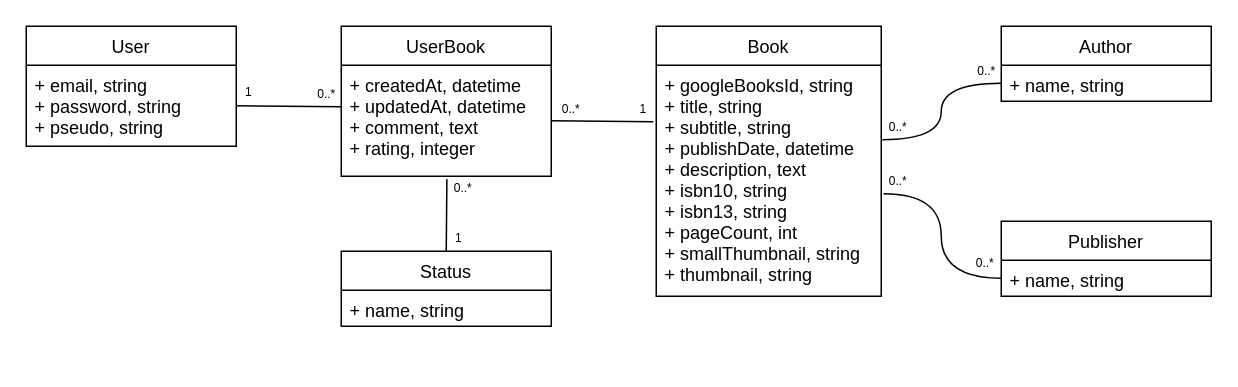
Before: .docs/UML/diagramme_de_classe.drawio in Thomas-Bezille/Biblio, a draw.io diagram. Source tidied: cells renumbered, new cells numbered last; positions are measured from the earlier drawing's top-left corner, leaving out a move shared by most shapes. Both pictures are drawn from the tidied source at 150%, with x=0, y=0 at pixel (26, 26).
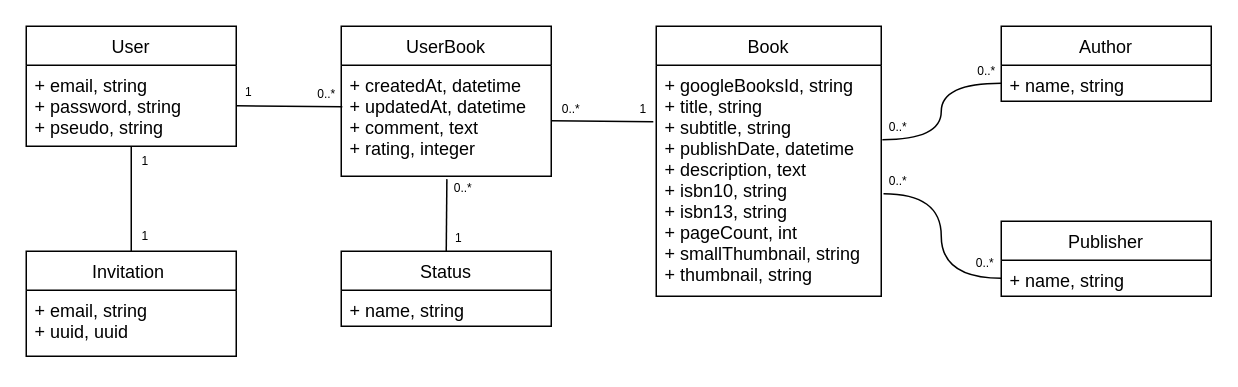
Above is the later version.

The change refers to these unchanged cells:
```xml
<mxCell id="3" value="+ email, string&#10;+ password, string&#10;+ pseudo, string" style="text;strokeColor=none;fillColor=none;align=left;verticalAlign=top;spacingLeft=4;spacingRight=4;overflow=hidden;points=[[0,0.5],[1,0.5]];portConstraint=eastwest;" parent="2" vertex="1">
  <mxGeometry y="26" width="140" height="54" as="geometry" />
</mxCell>
```

The edit, as a diff of the source:
```diff
@@
+    <mxCell id="29" style="edgeStyle=none;html=1;exitX=0.5;exitY=0;exitDx=0;exitDy=0;endArrow=none;endFill=0;" parent="1" edge="1" source="30" target="3">
+      <mxGeometry relative="1" as="geometry" />
+    </mxCell>
+    <mxCell id="30" value="Invitation " style="swimlane;fontStyle=0;horizontal=1;startSize=26;fillColor=none;" parent="1" vertex="1">
+      <mxGeometry y="150" width="140" height="70" as="geometry" />
+    </mxCell>
+    <mxCell id="31" value="+ email, string&#10;+ uuid, uuid" style="text;strokeColor=none;fillColor=none;align=left;verticalAlign=top;spacingLeft=4;spacingRight=4;overflow=hidden;" parent="30" vertex="1">
+      <mxGeometry y="26" width="140" height="44" as="geometry" />
+    </mxCell>
+    <mxCell id="32" value="&lt;font style=&quot;font-size: 8px;&quot;&gt;1&lt;/font&gt;" style="text;html=1;align=center;verticalAlign=middle;strokeColor=none;fillColor=none;" parent="1" vertex="1">
+      <mxGeometry x="64" y="74" width="30" height="30" as="geometry" />
+    </mxCell>
+    <mxCell id="33" value="&lt;font style=&quot;font-size: 8px;&quot;&gt;1&lt;/font&gt;" style="text;html=1;align=center;verticalAlign=middle;strokeColor=none;fillColor=none;" parent="1" vertex="1">
+      <mxGeometry x="64" y="124" width="30" height="30" as="geometry" />
+    </mxCell>
```
